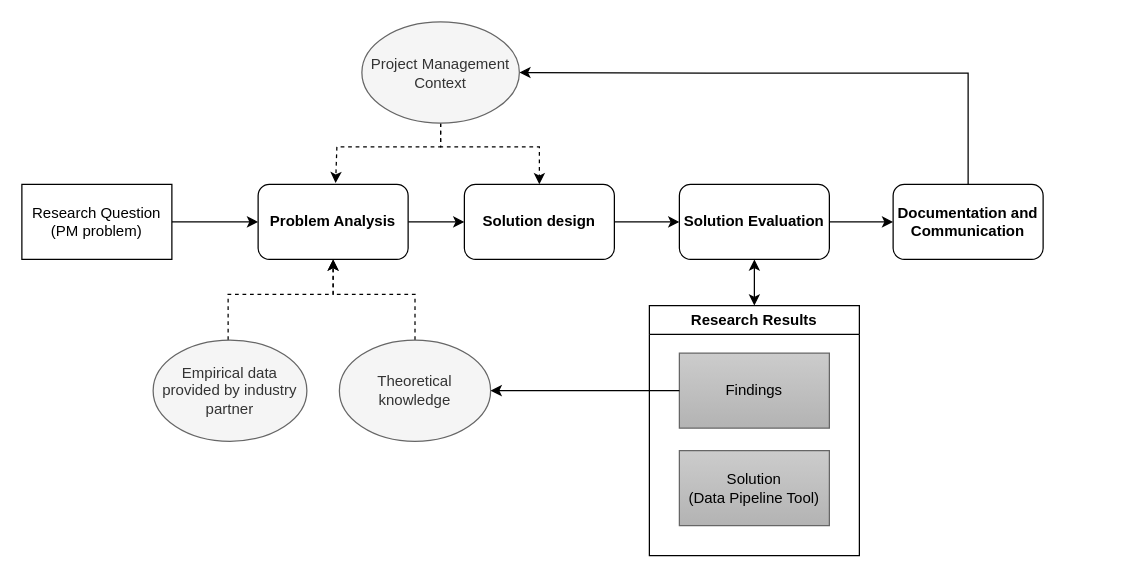
Above: framework for development ....drawio in datou7119/Figures (draw.io), before the change. Source tidied: cells renumbered, new cells numbered last; positions are measured from the earlier drawing's top-left corner, leaving out a move shared by most shapes. Both pictures are drawn from the tidied source at 125%, with x=0, y=0 at pixel (21, 21).
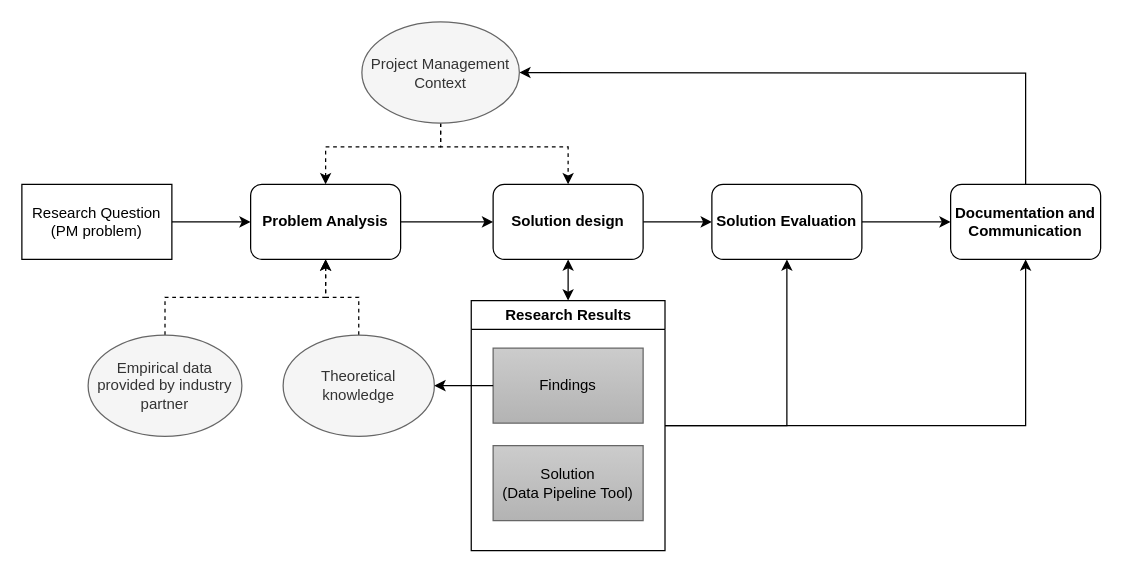
The same diagram, later.

The change refers to these unchanged cells:
```xml
<mxCell id="17" value="Project Management Context" style="ellipse;whiteSpace=wrap;html=1;fillColor=#f5f5f5;fontColor=#333333;strokeColor=#666666;" parent="1" vertex="1">
  <mxGeometry x="272" width="126" height="81" as="geometry" />
</mxCell>
```

What changed in the source:
```diff
@@
     <mxCell id="5" value="Problem Analysis" style="rounded=1;whiteSpace=wrap;html=1;fontStyle=1;" parent="1" vertex="1">
-      <mxGeometry x="189" y="130" width="120" height="60" as="geometry" />
+      <mxGeometry x="183" y="130" width="120" height="60" as="geometry" />
     </mxCell>
@@
     <mxCell id="7" value="Solution Evaluation" style="rounded=1;whiteSpace=wrap;html=1;fontStyle=1;" parent="1" vertex="1">
-      <mxGeometry x="526" y="130" width="120" height="60" as="geometry" />
+      <mxGeometry x="552" y="130" width="120" height="60" as="geometry" />
     </mxCell>
-    <mxCell id="8" style="edgeStyle=orthogonalEdgeStyle;rounded=0;jettySize=auto;html=1;entryX=1;entryY=0.5;entryDx=0;entryDy=0;" parent="1" edge="1" source="9" target="17">
+    <mxCell id="8" style="edgeStyle=orthogonalEdgeStyle;rounded=0;jettySize=auto;html=1;entryX=1;entryY=0.5;entryDx=0;entryDy=0;exitX=0.5;exitY=0;exitDx=0;exitDy=0;" parent="1" edge="1" source="9" target="17">
       <mxGeometry relative="1" as="geometry">
         <Array as="points">
+          <mxPoint x="803" y="41" />
           <mxPoint x="757" y="41" />
-          <mxPoint x="548" y="41" />
         </Array>
       </mxGeometry>
     </mxCell>
     <mxCell id="9" value="Documentation and Communication" style="rounded=1;whiteSpace=wrap;html=1;fontStyle=1;" parent="1" vertex="1">
-      <mxGeometry x="697" y="130" width="120" height="60" as="geometry" />
+      <mxGeometry x="743" y="130" width="120" height="60" as="geometry" />
     </mxCell>
-    <mxCell id="10" style="edgeStyle=orthogonalEdgeStyle;rounded=0;jettySize=auto;html=1;entryX=0.5;entryY=1;entryDx=0;entryDy=0;dashed=1;" parent="1" edge="1" source="11" target="5">
-      <mxGeometry relative="1" as="geometry">
-        <Array as="points">
-          <mxPoint x="315" y="218" />
-          <mxPoint x="249" y="218" />
-        </Array>
-      </mxGeometry>
+    <mxCell id="10" style="edgeStyle=orthogonalEdgeStyle;rounded=0;jettySize=auto;html=1;dashed=1;" parent="1" edge="1" source="11" target="5">
+      <mxGeometry relative="1" as="geometry" />
     </mxCell>
     <mxCell id="11" value="Theoretical knowledge" style="ellipse;whiteSpace=wrap;html=1;fillColor=#f5f5f5;fontColor=#333333;strokeColor=#666666;" parent="1" vertex="1">
-      <mxGeometry x="254" y="254.5" width="121" height="81" as="geometry" />
+      <mxGeometry x="209" y="250.5" width="121" height="81" as="geometry" />
     </mxCell>
+    <mxCell id="22" style="edgeStyle=orthogonalEdgeStyle;rounded=0;jettySize=auto;html=1;entryX=0.5;entryY=1;entryDx=0;entryDy=0;" parent="1" edge="1" source="12" target="7">
+      <mxGeometry relative="1" as="geometry" />
+    </mxCell>
+    <mxCell id="24" style="edgeStyle=orthogonalEdgeStyle;rounded=0;jettySize=auto;html=1;entryX=0.5;entryY=1;entryDx=0;entryDy=0;" parent="1" edge="1" source="12" target="9">
+      <mxGeometry relative="1" as="geometry" />
+    </mxCell>
     <mxCell id="12" value="Research Results" style="swimlane;whiteSpace=wrap;html=1;" parent="1" vertex="1">
-      <mxGeometry x="502" y="227" width="168" height="200" as="geometry" />
+      <mxGeometry x="359.5" y="223" width="155" height="200" as="geometry" />
     </mxCell>
     <mxCell id="13" value="Findings" style="rounded=0;whiteSpace=wrap;html=1;fillColor=#CCCCCC;gradientColor=#b3b3b3;strokeColor=#666666;" parent="12" vertex="1">
-      <mxGeometry x="24" y="38" width="120" height="60" as="geometry" />
+      <mxGeometry x="17.5" y="38" width="120" height="60" as="geometry" />
     </mxCell>
     <mxCell id="14" value="Solution&lt;br&gt;(Data Pipeline Tool)" style="rounded=0;whiteSpace=wrap;html=1;fillColor=#CCCCCC;gradientColor=#b3b3b3;strokeColor=#666666;" parent="12" vertex="1">
-      <mxGeometry x="24" y="116" width="120" height="60" as="geometry" />
+      <mxGeometry x="17.5" y="116" width="120" height="60" as="geometry" />
     </mxCell>
-    <mxCell id="15" style="edgeStyle=orthogonalEdgeStyle;rounded=0;jettySize=auto;html=1;exitX=0.5;exitY=1;exitDx=0;exitDy=0;dashed=1;" parent="1" edge="1" source="17">
+    <mxCell id="15" style="edgeStyle=orthogonalEdgeStyle;rounded=0;jettySize=auto;html=1;exitX=0.5;exitY=1;exitDx=0;exitDy=0;dashed=1;entryX=0.5;entryY=0;entryDx=0;entryDy=0;" parent="1" edge="1" source="17" target="5">
       <mxGeometry relative="1" as="geometry">
-        <mxPoint x="251" y="129" as="targetPoint" />
         <Array as="points">
           <mxPoint x="335" y="100" />
-          <mxPoint x="252" y="100" />
+          <mxPoint x="243" y="100" />
         </Array>
       </mxGeometry>
     </mxCell>
-    <mxCell id="16" style="edgeStyle=orthogonalEdgeStyle;rounded=0;jettySize=auto;html=1;dashed=1;" parent="1" edge="1" source="17" target="19">
+    <mxCell id="16" style="edgeStyle=orthogonalEdgeStyle;rounded=0;jettySize=auto;html=1;dashed=1;entryX=0.5;entryY=0;entryDx=0;entryDy=0;" parent="1" edge="1" source="17" target="19">
       <mxGeometry relative="1" as="geometry">
         <Array as="points">
           <mxPoint x="335" y="100" />
-          <mxPoint x="414" y="100" />
+          <mxPoint x="437" y="100" />
         </Array>
       </mxGeometry>
     </mxCell>
@@
     <mxCell id="19" value="Solution design" style="rounded=1;whiteSpace=wrap;html=1;fontStyle=1;" parent="1" vertex="1">
-      <mxGeometry x="354" y="130" width="120" height="60" as="geometry" />
+      <mxGeometry x="377" y="130" width="120" height="60" as="geometry" />
     </mxCell>
-    <mxCell id="20" style="edgeStyle=orthogonalEdgeStyle;rounded=0;jettySize=auto;html=1;dashed=1;" parent="1" edge="1" source="21" target="5">
-      <mxGeometry relative="1" as="geometry">
-        <Array as="points">
-          <mxPoint x="165" y="218" />
-          <mxPoint x="249" y="218" />
-        </Array>
-      </mxGeometry>
+    <mxCell id="20" style="edgeStyle=orthogonalEdgeStyle;rounded=0;jettySize=auto;html=1;entryX=0.5;entryY=1;entryDx=0;entryDy=0;exitX=0.5;exitY=0;exitDx=0;exitDy=0;dashed=1;" parent="1" edge="1" source="21" target="5">
+      <mxGeometry relative="1" as="geometry" />
     </mxCell>
     <mxCell id="21" value="&lt;span style=&quot;color: rgb(51, 51, 51);&quot;&gt;Empirical data provided by industry partner&lt;/span&gt;" style="ellipse;whiteSpace=wrap;html=1;fillColor=#f5f5f5;fontColor=#333333;strokeColor=#666666;" parent="1" vertex="1">
-      <mxGeometry x="105" y="254.5" width="123" height="81" as="geometry" />
+      <mxGeometry x="53" y="250.5" width="123" height="81" as="geometry" />
     </mxCell>
-    <mxCell id="22" style="endArrow=classic;startArrow=classic;html=1;rounded=0;entryX=0.5;entryY=1;entryDx=0;entryDy=0;exitX=0.5;exitY=0;exitDx=0;exitDy=0;" parent="1" edge="1" source="12" target="7">
-      <mxGeometry relative="1" as="geometry" />
-    </mxCell>
@@
+    <mxCell id="25" style="endArrow=classic;startArrow=classic;html=1;rounded=0;entryX=0.5;entryY=1;entryDx=0;entryDy=0;exitX=0.5;exitY=0;exitDx=0;exitDy=0;" parent="1" edge="1" source="12" target="19">
+      <mxGeometry relative="1" as="geometry" />
+    </mxCell>
```
